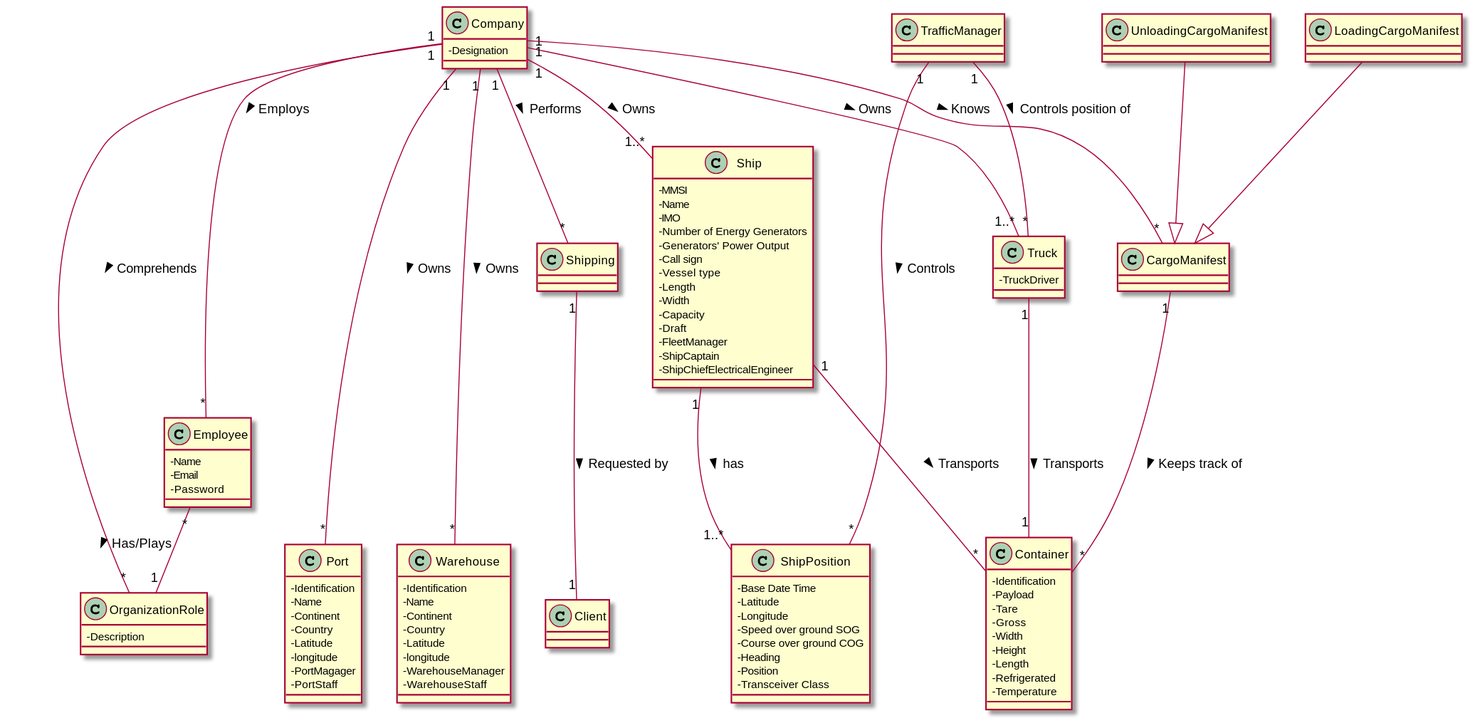
Above: docs/Sprint 2/Domain Model/DM.svg in 1190772/LAB-Project-3 (PlantUML), before the change. Its diagram source:
```plantuml
@startuml

skinparam classAttributeIconSize 0

class Company {
-Designation
}

class Container {
-Identification
-Payload
-Tare
-Gross
-Width
-Height
-Length
-Refrigerated
-Temperature
}

class Ship {
-MMSI
-Name
-IMO
-Number of Energy Generators
-Generators' Power Output
-Call sign
-Vessel type
-Length
-Width
-Capacity
-Draft
-FleetManager
-ShipCaptain
-ShipChiefElectricalEngineer
}

class ShipPosition {
-Base Date Time
-Latitude
-Longitude
-Speed over ground SOG
-Course over ground COG
-Heading
-Position
-Transceiver Class
}

class Truck {
-TruckDriver
}

class Client

class Port {
-Identification
-Name
-Continent
-Country
-Latitude
-longitude
-PortMagager
-PortStaff
}

class Warehouse {
-Identification
-Name
-Continent
-Country
-Latitude
-longitude
-WarehouseManager
-WarehouseStaff
}

class Employee {
-Name
-Email
-Password
}

class OrganizationRole {
-Description
}

class TrafficManager

class CargoManifest

class UnloadingCargoManifest

class LoadingCargoManifest

Company "1" -- "*" Shipping : Performs >
Company "1" -- "1..*" Ship : Owns >
Company "1" -- "1..*" Truck : Owns >
Company "1" --- "*" Port : Owns >
Company "1" --- "*" Warehouse : Owns >
Company "1" -- "*" Employee : Employs >
Company "1" -- "*" CargoManifest : Knows >
Company "1" --- "*" OrganizationRole : Comprehends >
Employee "*" - "1" OrganizationRole : Has/Plays >
Shipping "1" -- "1" Client : Requested by >
Ship "1" -- "*" Container : Transports >
Ship "1" -- "1..*" ShipPosition : has >
TrafficManager "1" - "*" ShipPosition : Controls >
TrafficManager "1" -- "*" Truck : Controls position of >
Truck "1" -- "1" Container : Transports >
UnloadingCargoManifest --|> CargoManifest
LoadingCargoManifest --|> CargoManifest
CargoManifest "1" -- "*" Container : Keeps track of >

@enduml
```
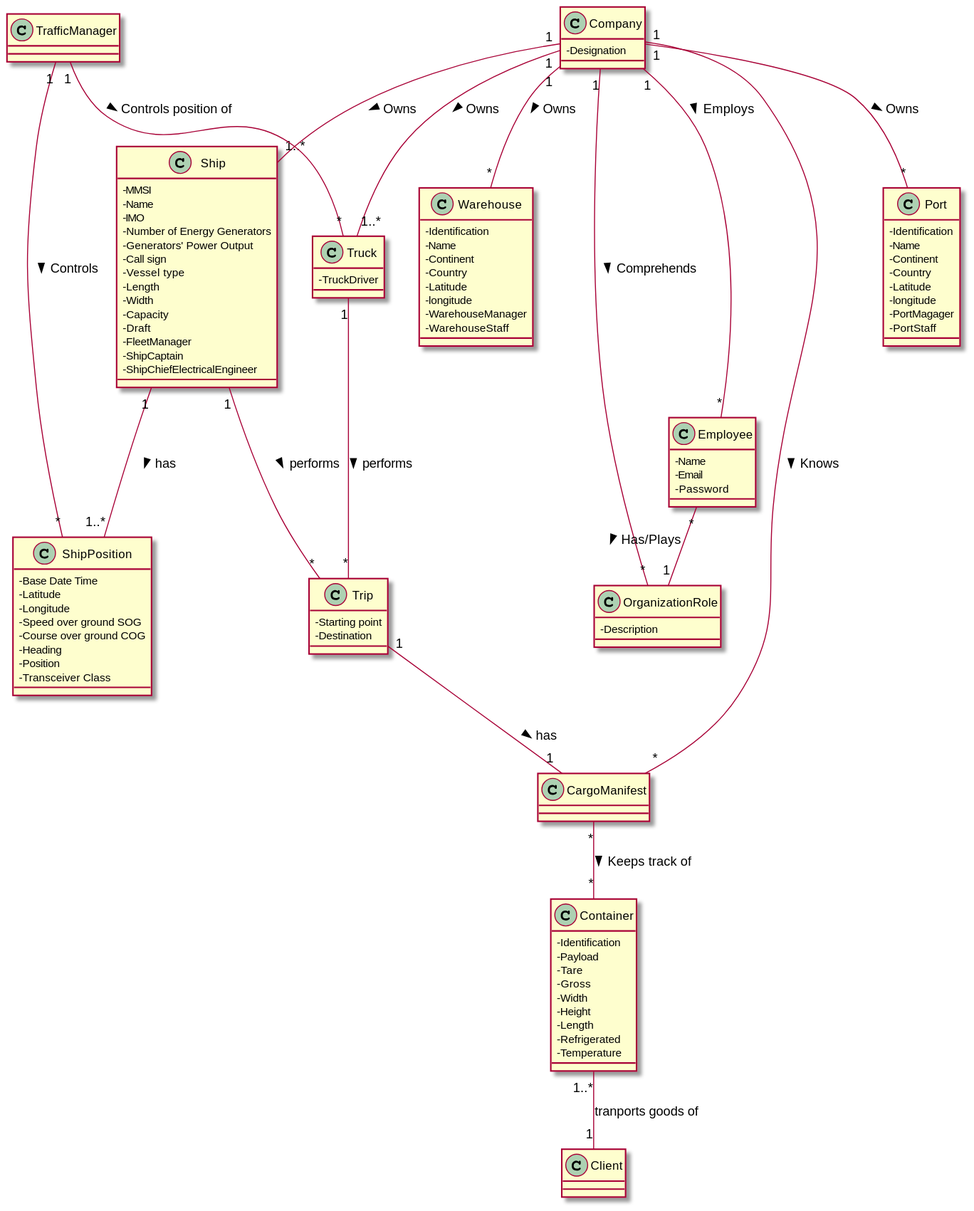
The same diagram one commit later.

Commit message:
Corrections to the Domain Model.

Change to the diagram source:
```diff
@@ -88,27 +88,27 @@
 
 class CargoManifest
 
-class UnloadingCargoManifest
+class Trip {
+-Starting point
+-Destination
+}
 
-class LoadingCargoManifest
-
-Company "1" -- "*" Shipping : Performs >
 Company "1" -- "1..*" Ship : Owns >
 Company "1" -- "1..*" Truck : Owns >
-Company "1" --- "*" Port : Owns >
-Company "1" --- "*" Warehouse : Owns >
+Company "1" -- "*" Port : Owns >
+Company "1" -- "*" Warehouse : Owns >
 Company "1" -- "*" Employee : Employs >
 Company "1" -- "*" CargoManifest : Knows >
 Company "1" --- "*" OrganizationRole : Comprehends >
 Employee "*" - "1" OrganizationRole : Has/Plays >
-Shipping "1" -- "1" Client : Requested by >
-Ship "1" -- "*" Container : Transports >
+Ship "1" -- "*" Trip : performs >
+Trip "1" -- "1" CargoManifest : has >
 Ship "1" -- "1..*" ShipPosition : has >
 TrafficManager "1" - "*" ShipPosition : Controls >
 TrafficManager "1" -- "*" Truck : Controls position of >
-Truck "1" -- "1" Container : Transports >
-UnloadingCargoManifest --|> CargoManifest
-LoadingCargoManifest --|> CargoManifest
-CargoManifest "1" -- "*" Container : Keeps track of >
+Truck "1" -- "*" Trip : performs >
+CargoManifest "*" -- "*" Container : Keeps track of >
+Container "1..*" -- "1" Client : tranports goods of
+
 
 @enduml
```
